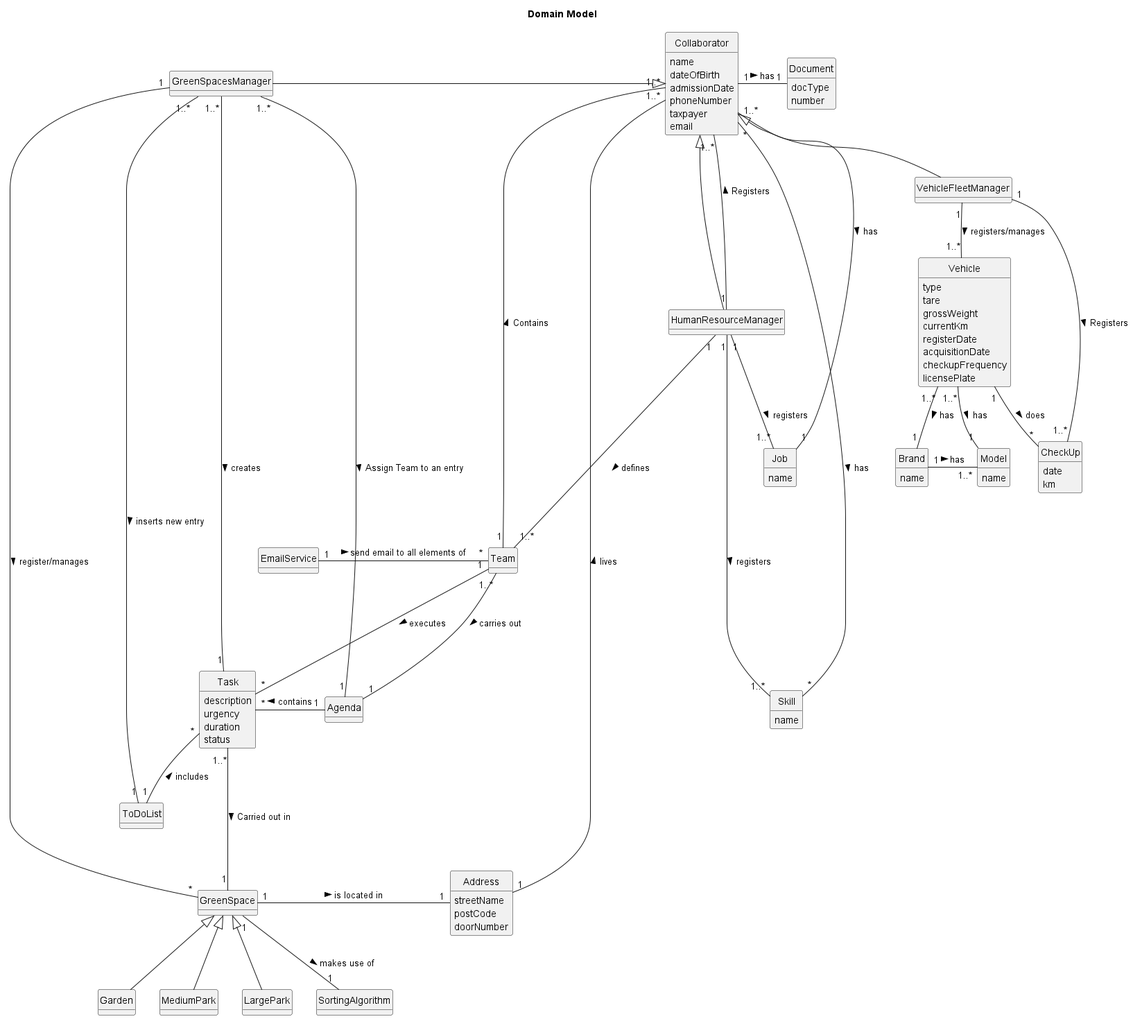
The PlantUML diagram docs/sprint3/global-artifacts/02.analysis/svg/partial-use-domain-model-Domain_Model.png in Departamento-de-Engenharia-Informatica/lei-24-s2-1db-g022, before a commit.
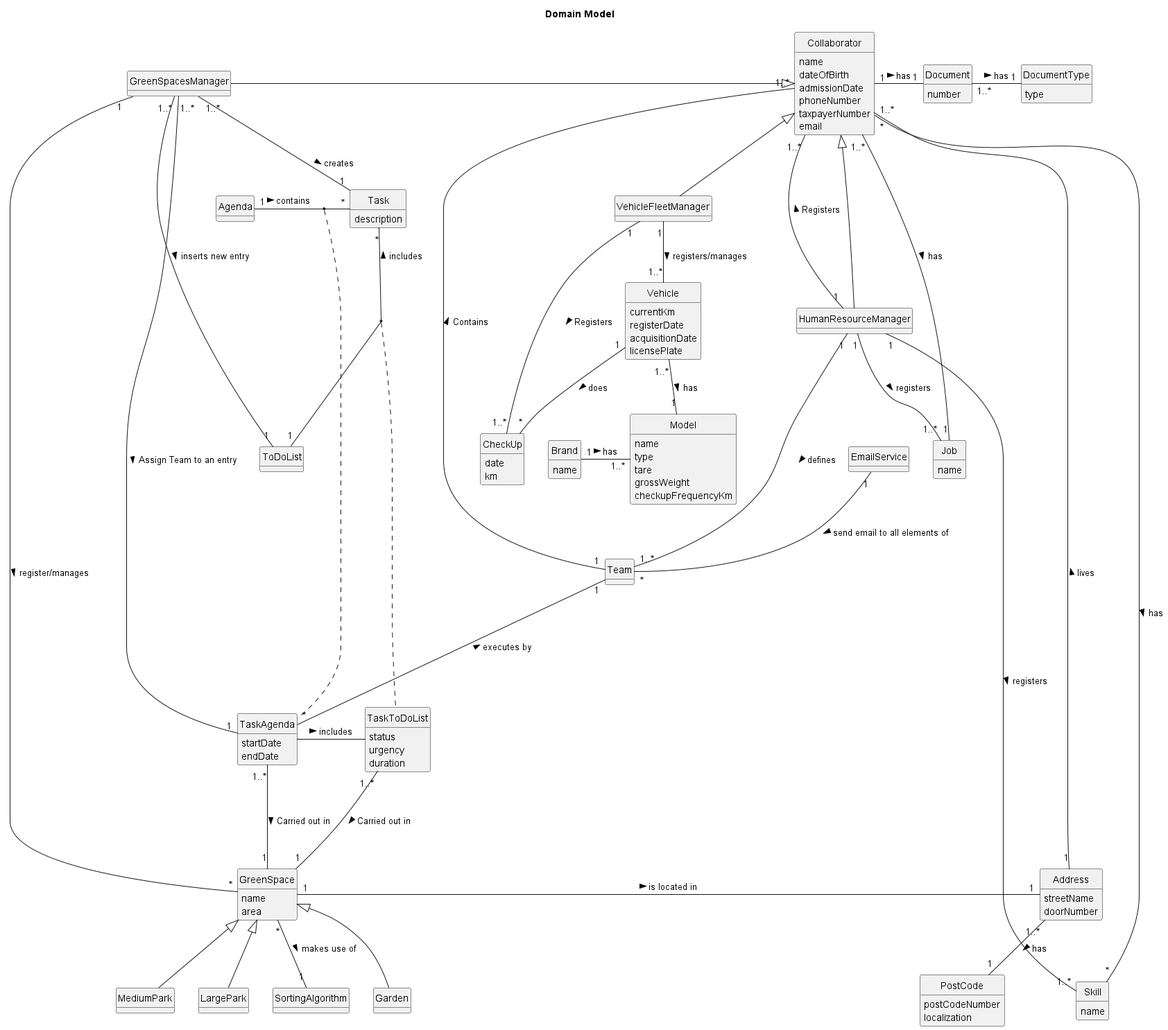
After the commit.

Change to the diagram source:
```diff
@@ -13,19 +13,26 @@
     dateOfBirth
     admissionDate
     phoneNumber
-    taxpayer
+    taxpayerNumber
     email
 }
 
 class Document{
-    docType
     number
+}
+
+class DocumentType{
+    type
 }
 
 class Address {
     streetName
-    postCode
     doorNumber
+}
+
+class PostCode{
+    postCodeNumber
+    localization
 }
 
 class VehicleFleetManager {
@@ -40,16 +47,16 @@
 
 class Model {
      name
+     type
+     tare
+     grossWeight
+     checkupFrequencyKm
 }
 
 class Vehicle {
-    type
-    tare
-    grossWeight
     currentKm
     registerDate
     acquisitionDate
-    checkupFrequency
     licensePlate
 }
 
@@ -71,6 +78,11 @@
 class GreenSpacesManager {
 }
 
+class GreenSpace {
+    name
+    area
+}
+
 class Garden {
 }
 
@@ -83,16 +95,27 @@
 class ToDoList {
 }
 
+class TaskToDoList{
+    status
+    urgency
+    duration
+}
+
+class TaskAgenda{
+    startDate
+    endDate
+}
+
 class Task {
     description
-    urgency
-    duration
-    status
 }
 
 class Agenda{
 }
 
+Address "1..*" -- "1" PostCode : has >
+
+Document "1..*" - "1" DocumentType : has >
 
 Collaborator "1" - "1" Document : has >
 Collaborator "1..*" --- "1" Job : has >
@@ -100,7 +123,7 @@
 Collaborator <|-- VehicleFleetManager
 GreenSpacesManager  -|>  Collaborator
 Address "1" - "1..*" Collaborator : lives >
-Skill "*" ------- "*" Collaborator : has <
+Skill "*" ---------- "*" Collaborator : has <
 Collaborator "1..*" ----- "1" Team : Contains <
 
 HumanResourceManager "1" -- "1..*" Skill : registers >
@@ -115,7 +138,6 @@
 
 Vehicle "1..*" -- "1" Model : has >
 Vehicle "1" -- "*" CheckUp : does >
-Vehicle "1..*" -- "1" Brand : has >
 
 GreenSpacesManager "1" - "*" GreenSpace : register/manages >
 GreenSpacesManager "1..*" -- "1" Task : creates >
@@ -126,17 +148,22 @@
 GreenSpace <|-- MediumPark
 GreenSpace <|-- LargePark
 
-Task "1..*" --- "1" GreenSpace :  Carried out in  >
+TaskAgenda "1..*" --- "1" GreenSpace :  Carried out in  >
+TaskToDoList "1..*" --- "1" GreenSpace :  Carried out in  >
+
 Task "*" -- "1" ToDoList : includes <
 
 
-GreenSpacesManager "1..*" - "1" Agenda : Assign Team to an entry >
-Team "1..*" --- "1" Agenda : carries out >
-Team "1" -- "*" Task : executes >
+GreenSpacesManager "1..*" - "1" TaskAgenda : Assign Team to an entry >
+Team "1" --- "*" TaskAgenda : executes by <
 Agenda "1" - "*" Task : contains >
 
-EmailService "1" - "*" Team :  send email to all elements of >
+EmailService "1" -- "*" Team :  send email to all elements of >
 
-GreenSpace "1" -- "1" SortingAlgorithm : makes use of >
+GreenSpace "*" -- "1" SortingAlgorithm : makes use of >
 
+(Task,ToDoList) .. TaskToDoList
+(Task,Agenda) .. TaskAgenda
+
+TaskAgenda - TaskToDoList : includes >
 @enduml
```
